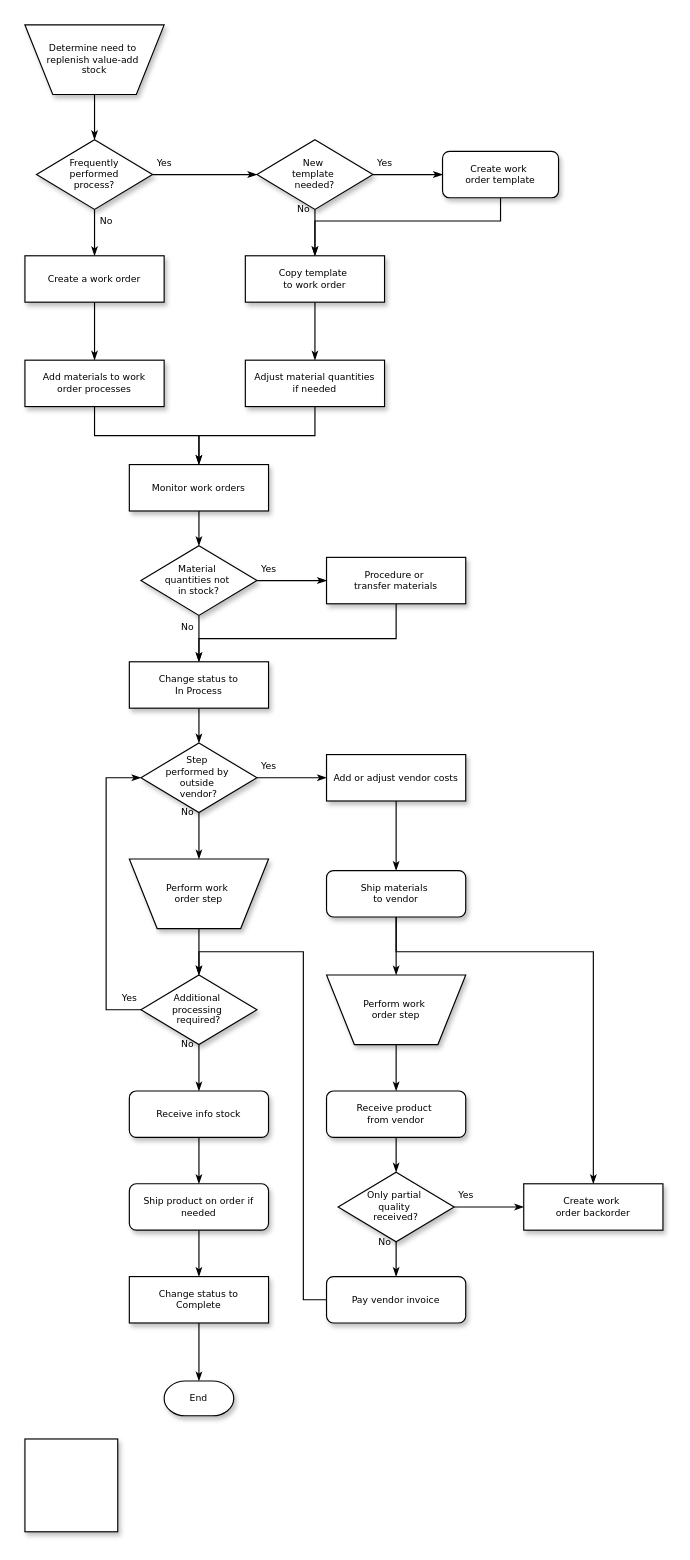
Above: figure/jc_dataqc.drawio in tuhulab/bfi-wholegrain (draw.io), before the change. Source tidied: cells renumbered, new cells numbered last; positions are measured from the earlier drawing's top-left corner, leaving out a move shared by most shapes. Both pictures are drawn from the tidied source at 116%, with x=0, y=0 at pixel (24, 24).
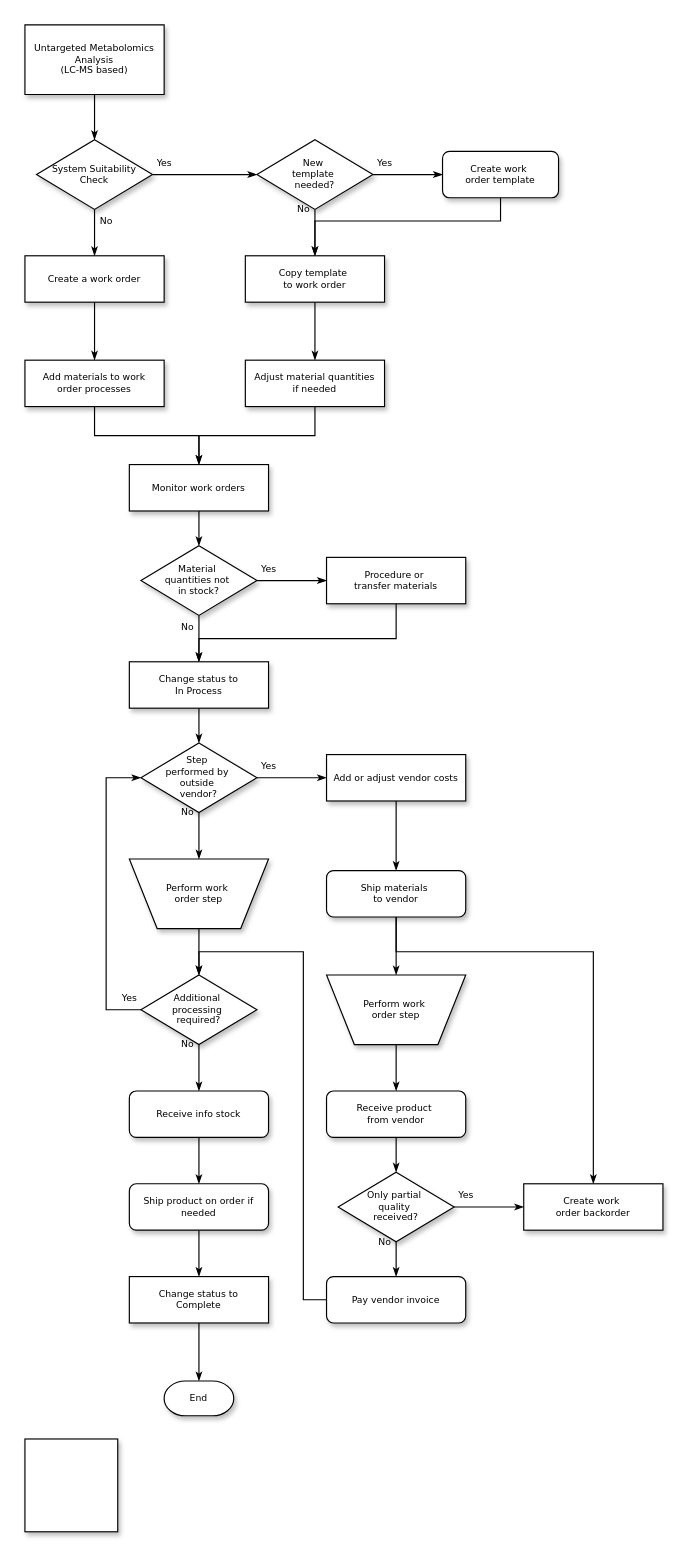
After the change.

Diff of the diagram source:
```diff
@@
-    <mxCell id="3" value="Determine need to&amp;nbsp;&lt;div&gt;replenish value-add&amp;nbsp;&lt;/div&gt;&lt;div&gt;stock&lt;/div&gt;" style="shape=trapezoid;whiteSpace=wrap;html=1;rounded=0;shadow=1;labelBackgroundColor=none;strokeColor=#000000;strokeWidth=1;fillColor=#ffffff;fontFamily=Verdana;fontSize=8;fontColor=#000000;align=center;flipV=1;comic=0;" parent="1" vertex="1">
+    <mxCell id="3" value="Untargeted Metabolomics Analysis&lt;br&gt;(LC-MS based)&lt;br&gt;" style="shape=trapezoid;whiteSpace=wrap;html=1;rounded=0;shadow=1;labelBackgroundColor=none;strokeColor=#000000;strokeWidth=1;fillColor=#ffffff;fontFamily=Verdana;fontSize=8;fontColor=#000000;align=center;flipV=1;comic=0;size=0;" parent="1" vertex="1">
       <mxGeometry width="120" height="60" as="geometry" />
     </mxCell>
@@
-    <mxCell id="6" value="Frequently&lt;div&gt;performed&lt;/div&gt;&lt;div&gt;process?&lt;/div&gt;" style="rhombus;whiteSpace=wrap;html=1;rounded=0;shadow=1;labelBackgroundColor=none;strokeColor=#000000;strokeWidth=1;fillColor=#ffffff;fontFamily=Verdana;fontSize=8;fontColor=#000000;align=center;" parent="1" vertex="1">
+    <mxCell id="6" value="System Suitability Check&lt;br&gt;" style="rhombus;whiteSpace=wrap;html=1;rounded=0;shadow=1;labelBackgroundColor=none;strokeColor=#000000;strokeWidth=1;fillColor=#ffffff;fontFamily=Verdana;fontSize=8;fontColor=#000000;align=center;" parent="1" vertex="1">
       <mxGeometry x="10" y="99" width="100" height="60" as="geometry" />
     </mxCell>
```
